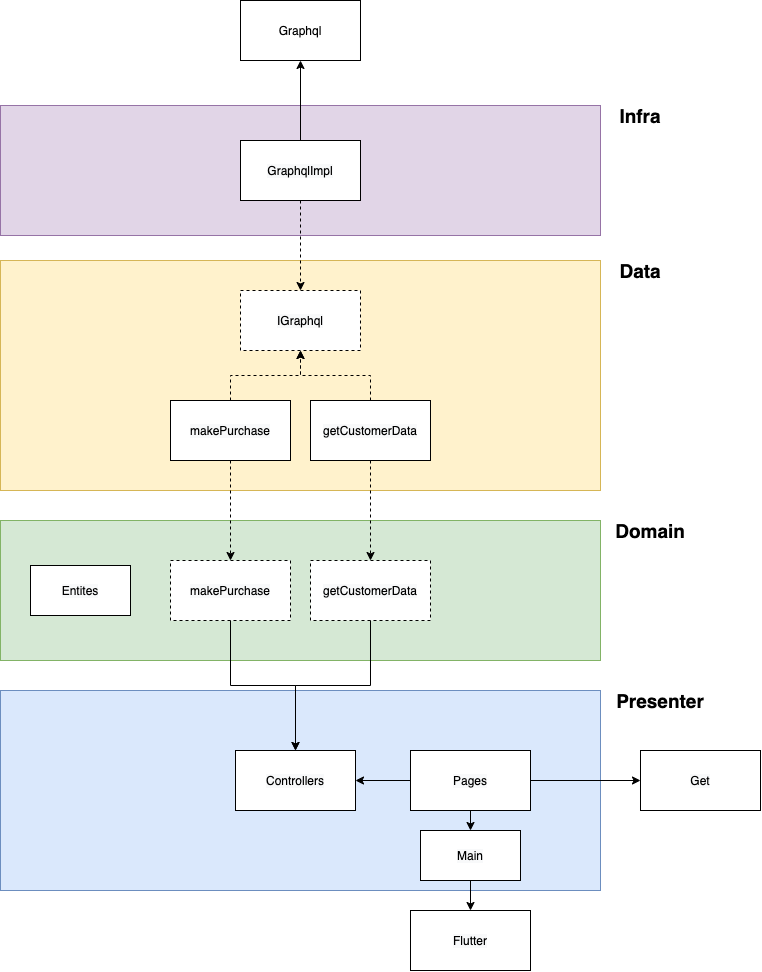
Above: assets/screenshots/diagram.png in DoisLucas/nubank-marketplace (draw.io), before the change. Source tidied: cells renumbered, new cells last; positions are measured from the earlier drawing's top-left corner, leaving out a move shared by most shapes. Its diagram source:
```xml
<mxGraphModel>
  <root>
    <mxCell id="0" />
    <mxCell id="1" parent="0" />
    <mxCell id="2" style="rounded=0;whiteSpace=wrap;html=1;fillColor=#e1d5e7;strokeColor=#9673a6;" parent="1" vertex="1">
      <mxGeometry y="105" width="600" height="130" as="geometry" />
    </mxCell>
    <mxCell id="3" style="rounded=0;whiteSpace=wrap;html=1;" parent="1" vertex="1">
      <mxGeometry x="240" width="120" height="60" as="geometry" />
    </mxCell>
    <mxCell id="4" value="Graphql" style="text;html=1;strokeColor=none;fillColor=none;align=center;verticalAlign=middle;whiteSpace=wrap;rounded=0;" parent="1" vertex="1">
      <mxGeometry x="280" y="20" width="40" height="20" as="geometry" />
    </mxCell>
    <mxCell id="5" style="edgeStyle=orthogonalEdgeStyle;rounded=0;jettySize=auto;html=1;entryX=0.5;entryY=1;entryDx=0;entryDy=0;" parent="1" edge="1" source="6" target="3">
      <mxGeometry relative="1" as="geometry" />
    </mxCell>
    <mxCell id="6" value="&lt;span style=&quot;color: rgb(0 , 0 , 0) ; font-family: &amp;#34;helvetica&amp;#34; ; font-size: 12px ; font-style: normal ; font-weight: 400 ; letter-spacing: normal ; text-align: center ; text-indent: 0px ; text-transform: none ; word-spacing: 0px ; background-color: rgb(248 , 249 , 250) ; display: inline ; float: none&quot;&gt;GraphqlImpl&lt;/span&gt;" style="rounded=0;whiteSpace=wrap;html=1;" parent="1" vertex="1">
      <mxGeometry x="240" y="140" width="120" height="60" as="geometry" />
    </mxCell>
    <mxCell id="7" style="rounded=0;whiteSpace=wrap;html=1;fillColor=#fff2cc;strokeColor=#d6b656;" parent="1" vertex="1">
      <mxGeometry y="260" width="600" height="230" as="geometry" />
    </mxCell>
    <mxCell id="8" value="&lt;span style=&quot;color: rgb(0 , 0 , 0) ; font-family: &amp;#34;helvetica&amp;#34; ; font-size: 12px ; font-style: normal ; font-weight: 400 ; letter-spacing: normal ; text-align: center ; text-indent: 0px ; text-transform: none ; word-spacing: 0px ; background-color: rgb(248 , 249 , 250) ; display: inline ; float: none&quot;&gt;IGraphql&lt;/span&gt;" style="rounded=0;whiteSpace=wrap;html=1;dashed=1;" parent="1" vertex="1">
      <mxGeometry x="240" y="290" width="120" height="60" as="geometry" />
    </mxCell>
    <mxCell id="9" style="edgeStyle=orthogonalEdgeStyle;rounded=0;jettySize=auto;html=1;exitX=0.5;exitY=1;exitDx=0;exitDy=0;entryX=0.5;entryY=0;entryDx=0;entryDy=0;dashed=1;strokeColor=#000000;" parent="1" edge="1" source="6" target="8">
      <mxGeometry relative="1" as="geometry" />
    </mxCell>
    <mxCell id="10" style="edgeStyle=orthogonalEdgeStyle;rounded=0;jettySize=auto;html=1;entryX=0.5;entryY=1;entryDx=0;entryDy=0;dashed=1;strokeColor=#000000;" parent="1" edge="1" source="11" target="8">
      <mxGeometry relative="1" as="geometry" />
    </mxCell>
    <mxCell id="11" value="&lt;span style=&quot;color: rgb(0 , 0 , 0) ; font-family: &amp;#34;helvetica&amp;#34; ; font-size: 12px ; font-style: normal ; font-weight: 400 ; letter-spacing: normal ; text-align: center ; text-indent: 0px ; text-transform: none ; word-spacing: 0px ; background-color: rgb(248 , 249 , 250) ; display: inline ; float: none&quot;&gt;makePurchase&lt;/span&gt;" style="rounded=0;whiteSpace=wrap;html=1;" parent="1" vertex="1">
      <mxGeometry x="170" y="400" width="120" height="60" as="geometry" />
    </mxCell>
    <mxCell id="12" style="edgeStyle=orthogonalEdgeStyle;rounded=0;jettySize=auto;html=1;entryX=0.5;entryY=1;entryDx=0;entryDy=0;dashed=1;strokeColor=#000000;" parent="1" edge="1" source="13" target="8">
      <mxGeometry relative="1" as="geometry" />
    </mxCell>
    <mxCell id="13" value="&lt;span style=&quot;color: rgb(0 , 0 , 0) ; font-family: &amp;#34;helvetica&amp;#34; ; font-size: 12px ; font-style: normal ; font-weight: 400 ; letter-spacing: normal ; text-align: center ; text-indent: 0px ; text-transform: none ; word-spacing: 0px ; background-color: rgb(248 , 249 , 250) ; display: inline ; float: none&quot;&gt;getCustomerData&lt;/span&gt;" style="rounded=0;whiteSpace=wrap;html=1;" parent="1" vertex="1">
      <mxGeometry x="310" y="400" width="120" height="60" as="geometry" />
    </mxCell>
    <mxCell id="14" style="rounded=0;whiteSpace=wrap;html=1;fillColor=#d5e8d4;strokeColor=#82b366;" parent="1" vertex="1">
      <mxGeometry y="520" width="600" height="140" as="geometry" />
    </mxCell>
    <mxCell id="15" value="&lt;span style=&quot;color: rgb(0 , 0 , 0) ; font-family: &amp;#34;helvetica&amp;#34; ; font-size: 12px ; font-style: normal ; font-weight: 400 ; letter-spacing: normal ; text-align: center ; text-indent: 0px ; text-transform: none ; word-spacing: 0px ; background-color: rgb(248 , 249 , 250) ; display: inline ; float: none&quot;&gt;makePurchase&lt;/span&gt;" style="rounded=0;whiteSpace=wrap;html=1;dashed=1;" parent="1" vertex="1">
      <mxGeometry x="170" y="560" width="120" height="60" as="geometry" />
    </mxCell>
    <mxCell id="16" value="&lt;span style=&quot;color: rgb(0 , 0 , 0) ; font-family: &amp;#34;helvetica&amp;#34; ; font-size: 12px ; font-style: normal ; font-weight: 400 ; letter-spacing: normal ; text-align: center ; text-indent: 0px ; text-transform: none ; word-spacing: 0px ; background-color: rgb(248 , 249 , 250) ; display: inline ; float: none&quot;&gt;getCustomerData&lt;/span&gt;" style="rounded=0;whiteSpace=wrap;html=1;dashed=1;" parent="1" vertex="1">
      <mxGeometry x="310" y="560" width="120" height="60" as="geometry" />
    </mxCell>
    <mxCell id="17" style="edgeStyle=orthogonalEdgeStyle;rounded=0;jettySize=auto;html=1;dashed=1;strokeColor=#000000;" parent="1" edge="1" source="13" target="16">
      <mxGeometry relative="1" as="geometry" />
    </mxCell>
    <mxCell id="18" style="edgeStyle=orthogonalEdgeStyle;rounded=0;jettySize=auto;html=1;dashed=1;strokeColor=#000000;" parent="1" edge="1" source="11" target="15">
      <mxGeometry relative="1" as="geometry" />
    </mxCell>
    <mxCell id="19" style="rounded=0;whiteSpace=wrap;html=1;fillColor=#dae8fc;strokeColor=#6c8ebf;" parent="1" vertex="1">
      <mxGeometry y="690" width="600" height="200" as="geometry" />
    </mxCell>
    <mxCell id="20" value="&lt;span style=&quot;color: rgb(0 , 0 , 0) ; font-family: &amp;#34;helvetica&amp;#34; ; font-size: 12px ; font-style: normal ; font-weight: 400 ; letter-spacing: normal ; text-align: center ; text-indent: 0px ; text-transform: none ; word-spacing: 0px ; background-color: rgb(248 , 249 , 250) ; display: inline ; float: none&quot;&gt;Get&lt;/span&gt;" style="rounded=0;whiteSpace=wrap;html=1;" parent="1" vertex="1">
      <mxGeometry x="640" y="750" width="120" height="60" as="geometry" />
    </mxCell>
    <mxCell id="21" style="edgeStyle=orthogonalEdgeStyle;rounded=0;jettySize=auto;html=1;exitX=0;exitY=0.5;exitDx=0;exitDy=0;entryX=1;entryY=0.5;entryDx=0;entryDy=0;strokeColor=#000000;" parent="1" edge="1" source="24" target="25">
      <mxGeometry relative="1" as="geometry" />
    </mxCell>
    <mxCell id="22" style="edgeStyle=orthogonalEdgeStyle;rounded=0;jettySize=auto;html=1;exitX=1;exitY=0.5;exitDx=0;exitDy=0;strokeColor=#000000;" parent="1" edge="1" source="24" target="20">
      <mxGeometry relative="1" as="geometry" />
    </mxCell>
    <mxCell id="23" style="edgeStyle=orthogonalEdgeStyle;rounded=0;jettySize=auto;html=1;exitX=0.5;exitY=1;exitDx=0;exitDy=0;entryX=0.5;entryY=0;entryDx=0;entryDy=0;fontSize=19;strokeColor=#000000;" parent="1" edge="1" source="24" target="35">
      <mxGeometry relative="1" as="geometry" />
    </mxCell>
    <mxCell id="24" value="&lt;span style=&quot;color: rgb(0 , 0 , 0) ; font-family: &amp;#34;helvetica&amp;#34; ; font-size: 12px ; font-style: normal ; font-weight: 400 ; letter-spacing: normal ; text-align: center ; text-indent: 0px ; text-transform: none ; word-spacing: 0px ; background-color: rgb(248 , 249 , 250) ; display: inline ; float: none&quot;&gt;Pages&lt;/span&gt;" style="rounded=0;whiteSpace=wrap;html=1;" parent="1" vertex="1">
      <mxGeometry x="410" y="750" width="120" height="60" as="geometry" />
    </mxCell>
    <mxCell id="25" value="&lt;span style=&quot;color: rgb(0 , 0 , 0) ; font-family: &amp;#34;helvetica&amp;#34; ; font-size: 12px ; font-style: normal ; font-weight: 400 ; letter-spacing: normal ; text-align: center ; text-indent: 0px ; text-transform: none ; word-spacing: 0px ; background-color: rgb(248 , 249 , 250) ; display: inline ; float: none&quot;&gt;Controllers&lt;/span&gt;" style="rounded=0;whiteSpace=wrap;html=1;" parent="1" vertex="1">
      <mxGeometry x="235" y="750" width="120" height="60" as="geometry" />
    </mxCell>
    <mxCell id="26" value="&lt;span style=&quot;color: rgb(0 , 0 , 0) ; font-family: &amp;#34;helvetica&amp;#34; ; font-size: 12px ; font-style: normal ; font-weight: 400 ; letter-spacing: normal ; text-align: center ; text-indent: 0px ; text-transform: none ; word-spacing: 0px ; background-color: rgb(248 , 249 , 250) ; display: inline ; float: none&quot;&gt;Flutter&lt;/span&gt;" style="rounded=0;whiteSpace=wrap;html=1;" parent="1" vertex="1">
      <mxGeometry x="410" y="910" width="120" height="60" as="geometry" />
    </mxCell>
    <mxCell id="27" value="Infra" style="text;html=1;strokeColor=none;fillColor=none;align=center;verticalAlign=middle;whiteSpace=wrap;rounded=0;dashed=1;fontStyle=1;fontSize=19;" parent="1" vertex="1">
      <mxGeometry x="620" y="105" width="40" height="20" as="geometry" />
    </mxCell>
    <mxCell id="28" value="Data" style="text;html=1;strokeColor=none;fillColor=none;align=center;verticalAlign=middle;whiteSpace=wrap;rounded=0;dashed=1;fontStyle=1;fontSize=19;" parent="1" vertex="1">
      <mxGeometry x="620" y="260" width="40" height="20" as="geometry" />
    </mxCell>
    <mxCell id="29" value="Domain" style="text;html=1;strokeColor=none;fillColor=none;align=center;verticalAlign=middle;whiteSpace=wrap;rounded=0;dashed=1;fontStyle=1;fontSize=19;" parent="1" vertex="1">
      <mxGeometry x="630" y="520" width="40" height="20" as="geometry" />
    </mxCell>
    <mxCell id="30" value="Presenter" style="text;html=1;strokeColor=none;fillColor=none;align=center;verticalAlign=middle;whiteSpace=wrap;rounded=0;dashed=1;fontStyle=1;fontSize=19;" parent="1" vertex="1">
      <mxGeometry x="640" y="690" width="40" height="20" as="geometry" />
    </mxCell>
    <mxCell id="31" style="edgeStyle=orthogonalEdgeStyle;rounded=0;jettySize=auto;html=1;fontSize=19;strokeColor=#000000;" parent="1" edge="1" source="16" target="25">
      <mxGeometry relative="1" as="geometry" />
    </mxCell>
    <mxCell id="32" style="edgeStyle=orthogonalEdgeStyle;rounded=0;jettySize=auto;html=1;exitX=0.5;exitY=1;exitDx=0;exitDy=0;entryX=0.5;entryY=0;entryDx=0;entryDy=0;fontSize=19;strokeColor=#000000;" parent="1" edge="1" source="15" target="25">
      <mxGeometry relative="1" as="geometry" />
    </mxCell>
    <mxCell id="33" value="&lt;span style=&quot;color: rgb(0 , 0 , 0) ; font-family: &amp;#34;helvetica&amp;#34; ; font-size: 12px ; font-style: normal ; font-weight: 400 ; letter-spacing: normal ; text-align: center ; text-indent: 0px ; text-transform: none ; word-spacing: 0px ; background-color: rgb(248 , 249 , 250) ; display: inline ; float: none&quot;&gt;Entites&lt;/span&gt;" style="rounded=0;whiteSpace=wrap;html=1;" parent="1" vertex="1">
      <mxGeometry x="30" y="565" width="100" height="50" as="geometry" />
    </mxCell>
    <mxCell id="34" style="edgeStyle=orthogonalEdgeStyle;rounded=0;jettySize=auto;html=1;fontSize=19;strokeColor=#000000;" parent="1" edge="1" source="35" target="26">
      <mxGeometry relative="1" as="geometry" />
    </mxCell>
    <mxCell id="35" value="&lt;span style=&quot;color: rgb(0 , 0 , 0) ; font-family: &amp;#34;helvetica&amp;#34; ; font-size: 12px ; font-style: normal ; font-weight: 400 ; letter-spacing: normal ; text-align: center ; text-indent: 0px ; text-transform: none ; word-spacing: 0px ; background-color: rgb(248 , 249 , 250) ; display: inline ; float: none&quot;&gt;Main&lt;/span&gt;" style="rounded=0;whiteSpace=wrap;html=1;" parent="1" vertex="1">
      <mxGeometry x="420" y="830" width="100" height="50" as="geometry" />
    </mxCell>
  </root>
</mxGraphModel>
```
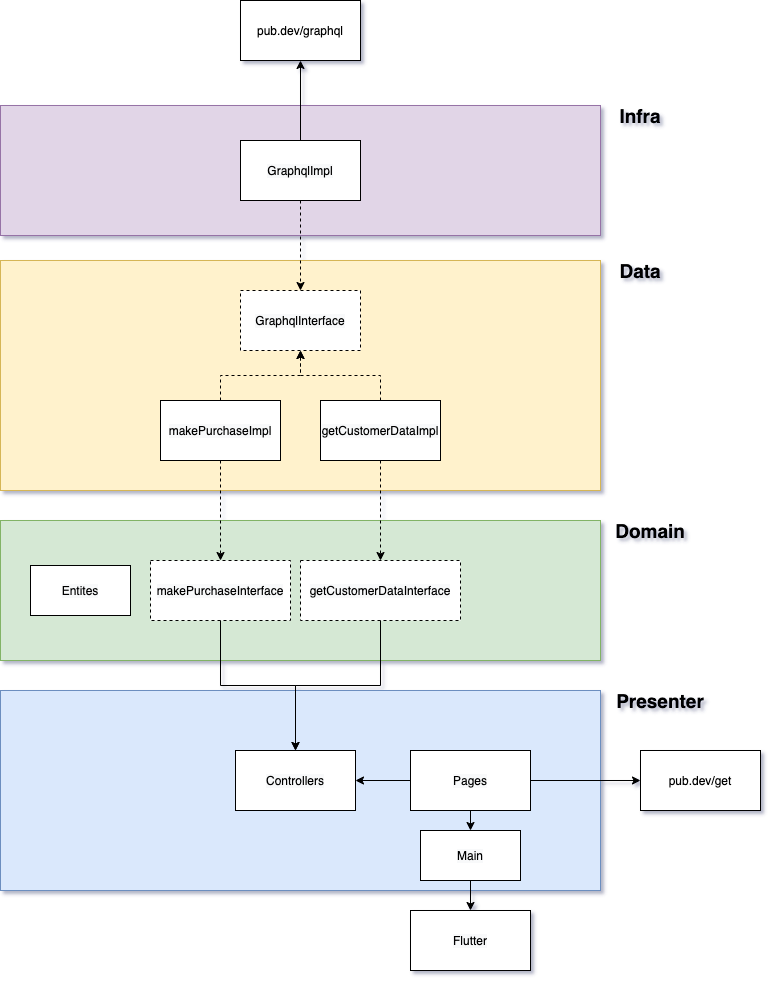
Later version of the same file.

Change to the diagram source:
```diff
@@ -8,7 +8,7 @@
     <mxCell id="3" style="rounded=0;whiteSpace=wrap;html=1;" parent="1" vertex="1">
       <mxGeometry x="240" width="120" height="60" as="geometry" />
     </mxCell>
-    <mxCell id="4" value="Graphql" style="text;html=1;strokeColor=none;fillColor=none;align=center;verticalAlign=middle;whiteSpace=wrap;rounded=0;" parent="1" vertex="1">
+    <mxCell id="4" value="pub.dev/graphql" style="text;html=1;strokeColor=none;fillColor=none;align=center;verticalAlign=middle;whiteSpace=wrap;rounded=0;" parent="1" vertex="1">
       <mxGeometry x="280" y="20" width="40" height="20" as="geometry" />
     </mxCell>
     <mxCell id="5" style="edgeStyle=orthogonalEdgeStyle;rounded=0;jettySize=auto;html=1;entryX=0.5;entryY=1;entryDx=0;entryDy=0;" parent="1" edge="1" source="6" target="3">
@@ -20,7 +20,7 @@
     <mxCell id="7" style="rounded=0;whiteSpace=wrap;html=1;fillColor=#fff2cc;strokeColor=#d6b656;" parent="1" vertex="1">
       <mxGeometry y="260" width="600" height="230" as="geometry" />
     </mxCell>
-    <mxCell id="8" value="&lt;span style=&quot;color: rgb(0 , 0 , 0) ; font-family: &amp;#34;helvetica&amp;#34; ; font-size: 12px ; font-style: normal ; font-weight: 400 ; letter-spacing: normal ; text-align: center ; text-indent: 0px ; text-transform: none ; word-spacing: 0px ; background-color: rgb(248 , 249 , 250) ; display: inline ; float: none&quot;&gt;IGraphql&lt;/span&gt;" style="rounded=0;whiteSpace=wrap;html=1;dashed=1;" parent="1" vertex="1">
+    <mxCell id="8" value="&lt;span style=&quot;color: rgb(0 , 0 , 0) ; font-family: &amp;#34;helvetica&amp;#34; ; font-size: 12px ; font-style: normal ; font-weight: 400 ; letter-spacing: normal ; text-align: center ; text-indent: 0px ; text-transform: none ; word-spacing: 0px ; background-color: rgb(248 , 249 , 250) ; display: inline ; float: none&quot;&gt;GraphqlInterface&lt;/span&gt;" style="rounded=0;whiteSpace=wrap;html=1;dashed=1;" parent="1" vertex="1">
       <mxGeometry x="240" y="290" width="120" height="60" as="geometry" />
     </mxCell>
     <mxCell id="9" style="edgeStyle=orthogonalEdgeStyle;rounded=0;jettySize=auto;html=1;exitX=0.5;exitY=1;exitDx=0;exitDy=0;entryX=0.5;entryY=0;entryDx=0;entryDy=0;dashed=1;strokeColor=#000000;" parent="1" edge="1" source="6" target="8">
@@ -29,23 +29,23 @@
     <mxCell id="10" style="edgeStyle=orthogonalEdgeStyle;rounded=0;jettySize=auto;html=1;entryX=0.5;entryY=1;entryDx=0;entryDy=0;dashed=1;strokeColor=#000000;" parent="1" edge="1" source="11" target="8">
       <mxGeometry relative="1" as="geometry" />
     </mxCell>
-    <mxCell id="11" value="&lt;span style=&quot;color: rgb(0 , 0 , 0) ; font-family: &amp;#34;helvetica&amp;#34; ; font-size: 12px ; font-style: normal ; font-weight: 400 ; letter-spacing: normal ; text-align: center ; text-indent: 0px ; text-transform: none ; word-spacing: 0px ; background-color: rgb(248 , 249 , 250) ; display: inline ; float: none&quot;&gt;makePurchase&lt;/span&gt;" style="rounded=0;whiteSpace=wrap;html=1;" parent="1" vertex="1">
-      <mxGeometry x="170" y="400" width="120" height="60" as="geometry" />
+    <mxCell id="11" value="&lt;span style=&quot;color: rgb(0 , 0 , 0) ; font-family: &amp;#34;helvetica&amp;#34; ; font-size: 12px ; font-style: normal ; font-weight: 400 ; letter-spacing: normal ; text-align: center ; text-indent: 0px ; text-transform: none ; word-spacing: 0px ; background-color: rgb(248 , 249 , 250) ; display: inline ; float: none&quot;&gt;makePurchaseImpl&lt;/span&gt;" style="rounded=0;whiteSpace=wrap;html=1;" parent="1" vertex="1">
+      <mxGeometry x="160" y="400" width="120" height="60" as="geometry" />
     </mxCell>
     <mxCell id="12" style="edgeStyle=orthogonalEdgeStyle;rounded=0;jettySize=auto;html=1;entryX=0.5;entryY=1;entryDx=0;entryDy=0;dashed=1;strokeColor=#000000;" parent="1" edge="1" source="13" target="8">
       <mxGeometry relative="1" as="geometry" />
     </mxCell>
-    <mxCell id="13" value="&lt;span style=&quot;color: rgb(0 , 0 , 0) ; font-family: &amp;#34;helvetica&amp;#34; ; font-size: 12px ; font-style: normal ; font-weight: 400 ; letter-spacing: normal ; text-align: center ; text-indent: 0px ; text-transform: none ; word-spacing: 0px ; background-color: rgb(248 , 249 , 250) ; display: inline ; float: none&quot;&gt;getCustomerData&lt;/span&gt;" style="rounded=0;whiteSpace=wrap;html=1;" parent="1" vertex="1">
-      <mxGeometry x="310" y="400" width="120" height="60" as="geometry" />
+    <mxCell id="13" value="&lt;span style=&quot;color: rgb(0 , 0 , 0) ; font-family: &amp;#34;helvetica&amp;#34; ; font-size: 12px ; font-style: normal ; font-weight: 400 ; letter-spacing: normal ; text-align: center ; text-indent: 0px ; text-transform: none ; word-spacing: 0px ; background-color: rgb(248 , 249 , 250) ; display: inline ; float: none&quot;&gt;getCustomerDataImpl&lt;/span&gt;" style="rounded=0;whiteSpace=wrap;html=1;" parent="1" vertex="1">
+      <mxGeometry x="320" y="400" width="120" height="60" as="geometry" />
     </mxCell>
     <mxCell id="14" style="rounded=0;whiteSpace=wrap;html=1;fillColor=#d5e8d4;strokeColor=#82b366;" parent="1" vertex="1">
       <mxGeometry y="520" width="600" height="140" as="geometry" />
     </mxCell>
-    <mxCell id="15" value="&lt;span style=&quot;color: rgb(0 , 0 , 0) ; font-family: &amp;#34;helvetica&amp;#34; ; font-size: 12px ; font-style: normal ; font-weight: 400 ; letter-spacing: normal ; text-align: center ; text-indent: 0px ; text-transform: none ; word-spacing: 0px ; background-color: rgb(248 , 249 , 250) ; display: inline ; float: none&quot;&gt;makePurchase&lt;/span&gt;" style="rounded=0;whiteSpace=wrap;html=1;dashed=1;" parent="1" vertex="1">
-      <mxGeometry x="170" y="560" width="120" height="60" as="geometry" />
+    <mxCell id="15" value="&lt;span style=&quot;color: rgb(0 , 0 , 0) ; font-family: &amp;#34;helvetica&amp;#34; ; font-size: 12px ; font-style: normal ; font-weight: 400 ; letter-spacing: normal ; text-align: center ; text-indent: 0px ; text-transform: none ; word-spacing: 0px ; background-color: rgb(248 , 249 , 250) ; display: inline ; float: none&quot;&gt;makePurchaseInterface&lt;/span&gt;" style="rounded=0;whiteSpace=wrap;html=1;dashed=1;" parent="1" vertex="1">
+      <mxGeometry x="150" y="560" width="140" height="60" as="geometry" />
     </mxCell>
-    <mxCell id="16" value="&lt;span style=&quot;color: rgb(0 , 0 , 0) ; font-family: &amp;#34;helvetica&amp;#34; ; font-size: 12px ; font-style: normal ; font-weight: 400 ; letter-spacing: normal ; text-align: center ; text-indent: 0px ; text-transform: none ; word-spacing: 0px ; background-color: rgb(248 , 249 , 250) ; display: inline ; float: none&quot;&gt;getCustomerData&lt;/span&gt;" style="rounded=0;whiteSpace=wrap;html=1;dashed=1;" parent="1" vertex="1">
-      <mxGeometry x="310" y="560" width="120" height="60" as="geometry" />
+    <mxCell id="16" value="&lt;span style=&quot;color: rgb(0 , 0 , 0) ; font-family: &amp;#34;helvetica&amp;#34; ; font-size: 12px ; font-style: normal ; font-weight: 400 ; letter-spacing: normal ; text-align: center ; text-indent: 0px ; text-transform: none ; word-spacing: 0px ; background-color: rgb(248 , 249 , 250) ; display: inline ; float: none&quot;&gt;getCustomerDataInterface&lt;/span&gt;" style="rounded=0;whiteSpace=wrap;html=1;dashed=1;" parent="1" vertex="1">
+      <mxGeometry x="300" y="560" width="160" height="60" as="geometry" />
     </mxCell>
     <mxCell id="17" style="edgeStyle=orthogonalEdgeStyle;rounded=0;jettySize=auto;html=1;dashed=1;strokeColor=#000000;" parent="1" edge="1" source="13" target="16">
       <mxGeometry relative="1" as="geometry" />
@@ -56,7 +56,7 @@
     <mxCell id="19" style="rounded=0;whiteSpace=wrap;html=1;fillColor=#dae8fc;strokeColor=#6c8ebf;" parent="1" vertex="1">
       <mxGeometry y="690" width="600" height="200" as="geometry" />
     </mxCell>
-    <mxCell id="20" value="&lt;span style=&quot;color: rgb(0 , 0 , 0) ; font-family: &amp;#34;helvetica&amp;#34; ; font-size: 12px ; font-style: normal ; font-weight: 400 ; letter-spacing: normal ; text-align: center ; text-indent: 0px ; text-transform: none ; word-spacing: 0px ; background-color: rgb(248 , 249 , 250) ; display: inline ; float: none&quot;&gt;Get&lt;/span&gt;" style="rounded=0;whiteSpace=wrap;html=1;" parent="1" vertex="1">
+    <mxCell id="20" value="&lt;font face=&quot;helvetica&quot;&gt;pub.dev/get&lt;br&gt;&lt;/font&gt;" style="rounded=0;whiteSpace=wrap;html=1;" parent="1" vertex="1">
       <mxGeometry x="640" y="750" width="120" height="60" as="geometry" />
     </mxCell>
     <mxCell id="21" style="edgeStyle=orthogonalEdgeStyle;rounded=0;jettySize=auto;html=1;exitX=0;exitY=0.5;exitDx=0;exitDy=0;entryX=1;entryY=0.5;entryDx=0;entryDy=0;strokeColor=#000000;" parent="1" edge="1" source="24" target="25">
```
